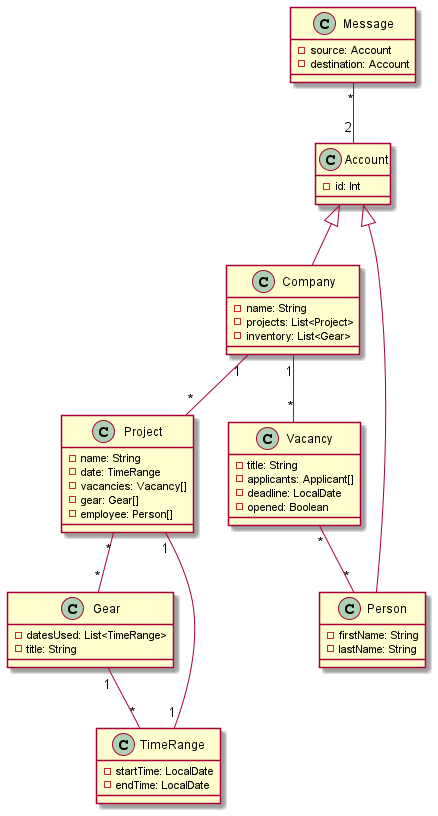
Before: cld/cld.png, a diagram exported from PlantUML (DirectorsView/documentation).
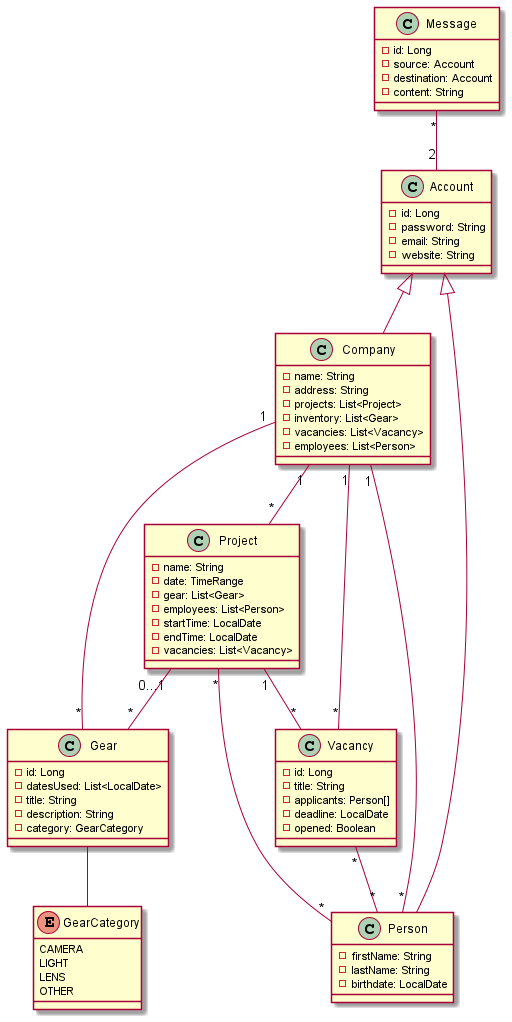
After the commit.

Change to the diagram source:
```diff
@@ -1,44 +1,65 @@
 @startuml
+
 class Account {
-- id: Int
+- id: Long
+- password: String
+- email: String
+- website: String
 }
+
 class Company {
 - name: String
+- address: String
 - projects: List<Project>
 - inventory: List<Gear>
+- vacancies: List<Vacancy>
+- employees: List<Person>
 }
 
 class Project {
 - name: String
 - date: TimeRange
-- vacancies: Vacancy[]
-- gear: Gear[]
-- employee: Person[]
+- gear: List<Gear>
+- employees: List<Person>
+- startTime: LocalDate
+- endTime: LocalDate
+- vacancies: List<Vacancy>
 }
 
 class Gear {
-- datesUsed: List<TimeRange>
+- id: Long
+- datesUsed: List<LocalDate>
 - title: String
+- description: String
+- category: GearCategory
 }
 
-class TimeRange {
-- startTime: LocalDate
-- endTime: LocalDate
+enum GearCategory {
+CAMERA
+LIGHT
+LENS
+OTHER
 }
 
 class Person {
 - firstName: String
 - lastName: String
+- birthdate: LocalDate
 }
+
 class Vacancy {
+- id: Long
 - title: String
-- applicants: Applicant[]
+- applicants: Person[]
 - deadline: LocalDate
 - opened: Boolean
 }
+
 class Message {
+- id: Long
 - source: Account
 - destination: Account
+- content: String
 }
 
 Account <|-- Company
@@ -47,8 +68,10 @@
 Company "1" -- "*" Vacancy
 Vacancy "*" -- "*"Person
 Message "*" -- "2" Account
-Project "*" -- "*" Gear
-Project "1" -- "1" TimeRange
-Gear "1" -- "*" TimeRange
-
+Project "0...1" -- "*" Gear
+Gear "*" -- "1" Company
+Project "*" -- "*" Person
+Project "1" -- "*" Vacancy
+Person "*" -- "1" Company
+Gear -- GearCategory
 @enduml
```
